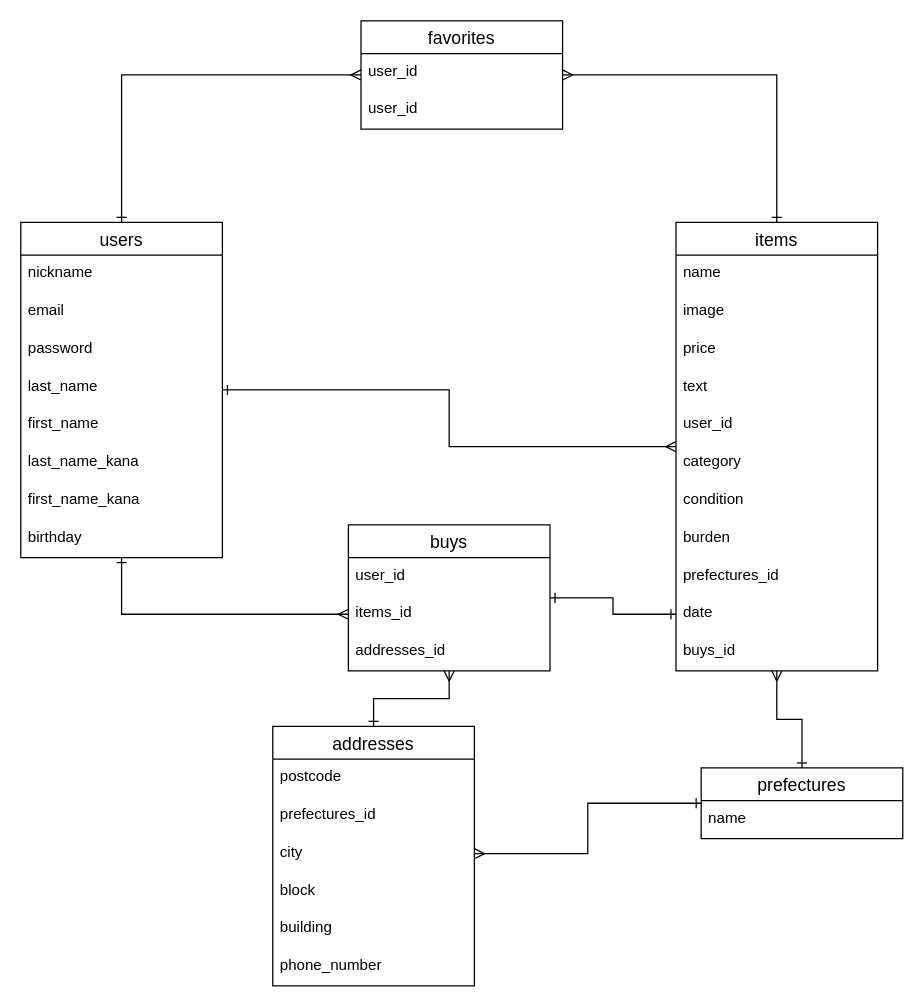
This is config/furima.dio from zooootech/furima-31168, a draw.io file, before an edit. Source tidied: cells renumbered, new cells numbered last; positions are measured from the earlier drawing's top-left corner, leaving out a move shared by most shapes. Both pictures are drawn from the tidied source at 126%, with x=0, y=0 at pixel (20, 20).
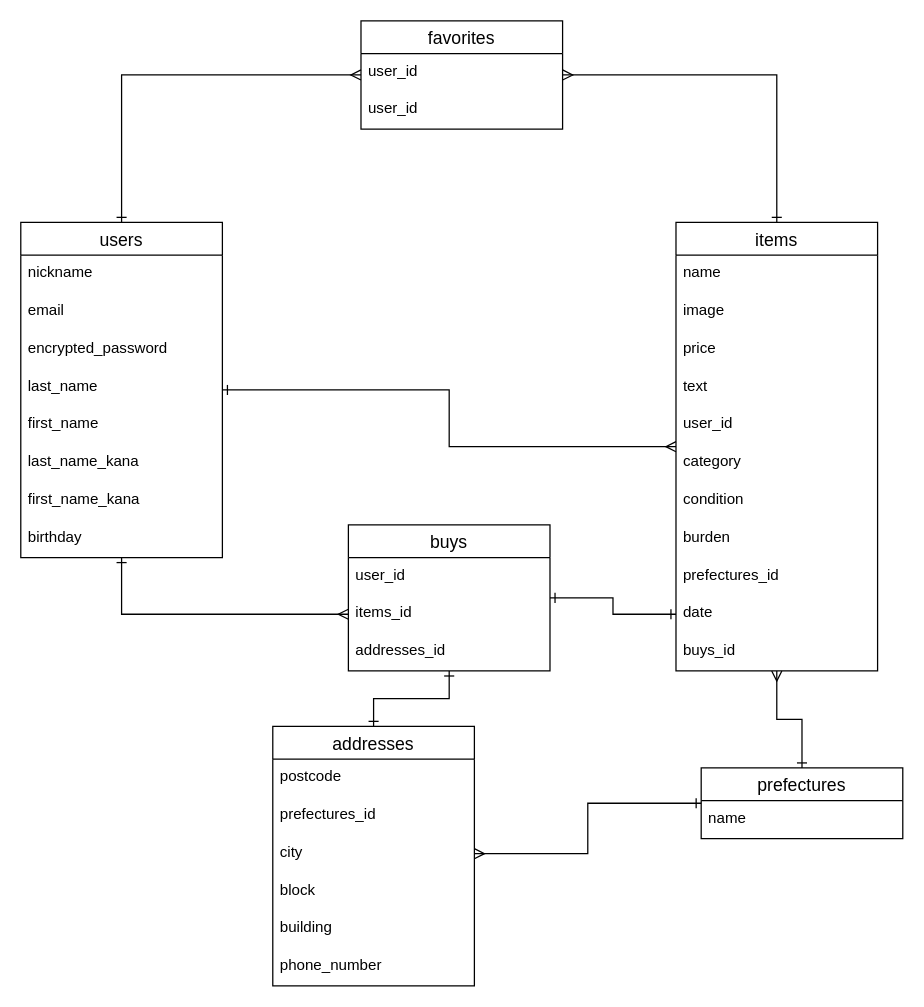
After the change.

Unchanged cells that the change refers to:
```xml
<mxCell id="4" value="users" style="swimlane;fontStyle=0;horizontal=1;startSize=26;align=center;fontSize=14;" parent="1" vertex="1">
  <mxGeometry y="160" width="160" height="266" as="geometry" />
</mxCell>
<mxCell id="30" value="buys" style="swimlane;fontStyle=0;horizontal=1;startSize=26;align=center;fontSize=14;" parent="1" vertex="1">
  <mxGeometry x="260" y="400" width="160" height="116" as="geometry" />
</mxCell>
<mxCell id="35" value="addresses" style="swimlane;fontStyle=0;horizontal=1;startSize=26;align=center;fontSize=14;" parent="1" vertex="1">
  <mxGeometry x="200" y="560" width="160" height="206" as="geometry" />
</mxCell>
```

The edit, as a diff of the source:
```diff
@@
-    <mxCell id="7" value="password" style="text;strokeColor=none;fillColor=none;spacingLeft=4;spacingRight=4;overflow=hidden;fontSize=12;" parent="4" vertex="1">
+    <mxCell id="7" value="encrypted_password" style="text;strokeColor=none;fillColor=none;spacingLeft=4;spacingRight=4;overflow=hidden;fontSize=12;" parent="4" vertex="1">
       <mxGeometry y="86" width="160" height="30" as="geometry" />
     </mxCell>
@@
-    <mxCell id="34" style="edgeStyle=orthogonalEdgeStyle;rounded=0;jumpSize=17;jettySize=auto;html=1;startArrow=ERone;startFill=0;endArrow=ERmany;endFill=0;" parent="1" edge="1" source="35" target="30">
+    <mxCell id="34" style="edgeStyle=orthogonalEdgeStyle;rounded=0;jumpSize=17;jettySize=auto;html=1;startArrow=ERone;startFill=0;endArrow=ERone;endFill=0;" parent="1" edge="1" source="35" target="30">
       <mxGeometry relative="1" as="geometry" />
     </mxCell>
```
